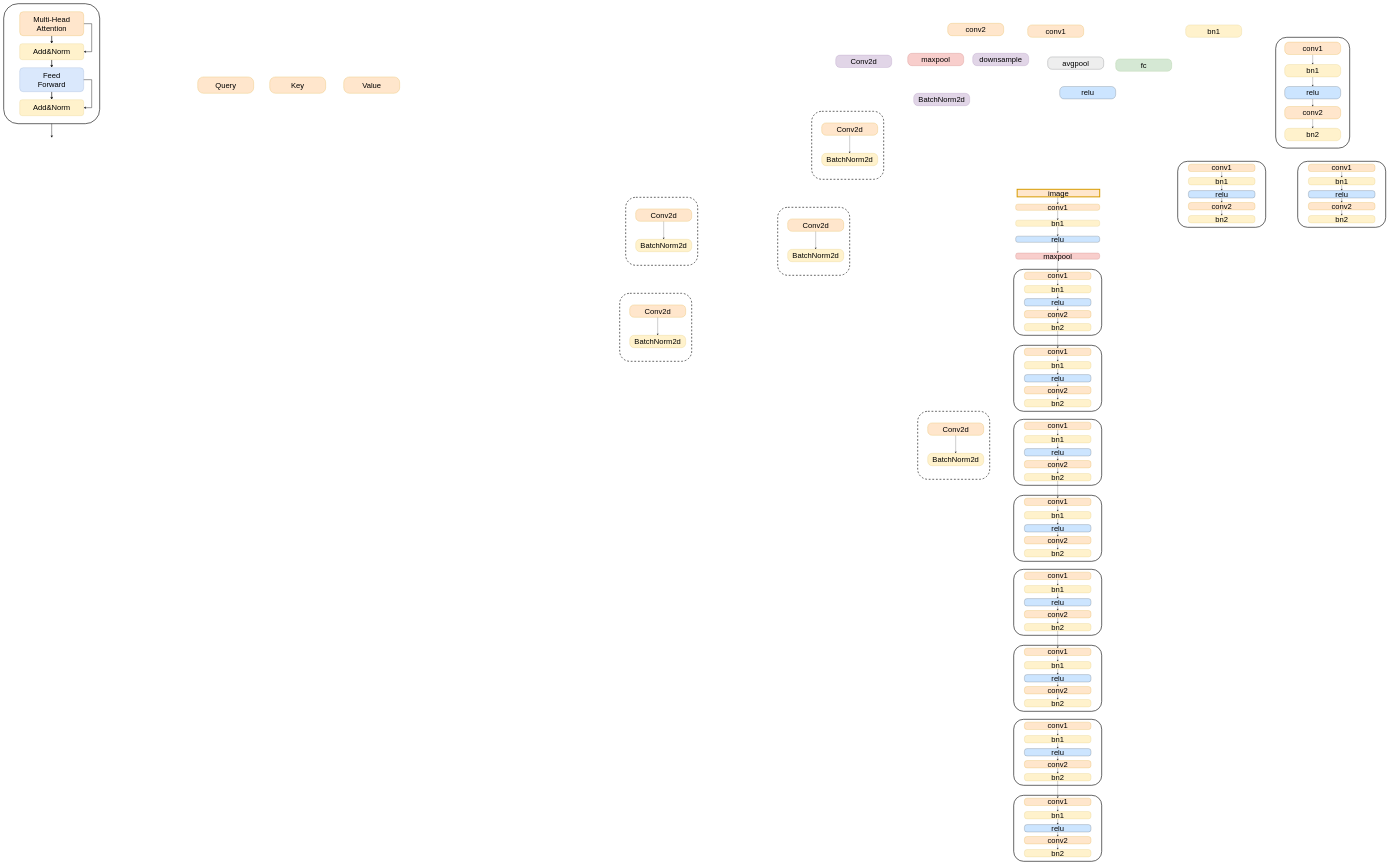
This is plot.drawio from paprika0741/Plot, a draw.io file, before an edit. Source tidied: cells renumbered, new cells numbered last; positions are measured from the earlier drawing's top-left corner, leaving out a move shared by most shapes. Both pictures are drawn from the tidied source at 20%, with x=0, y=0 at pixel (4, 4).
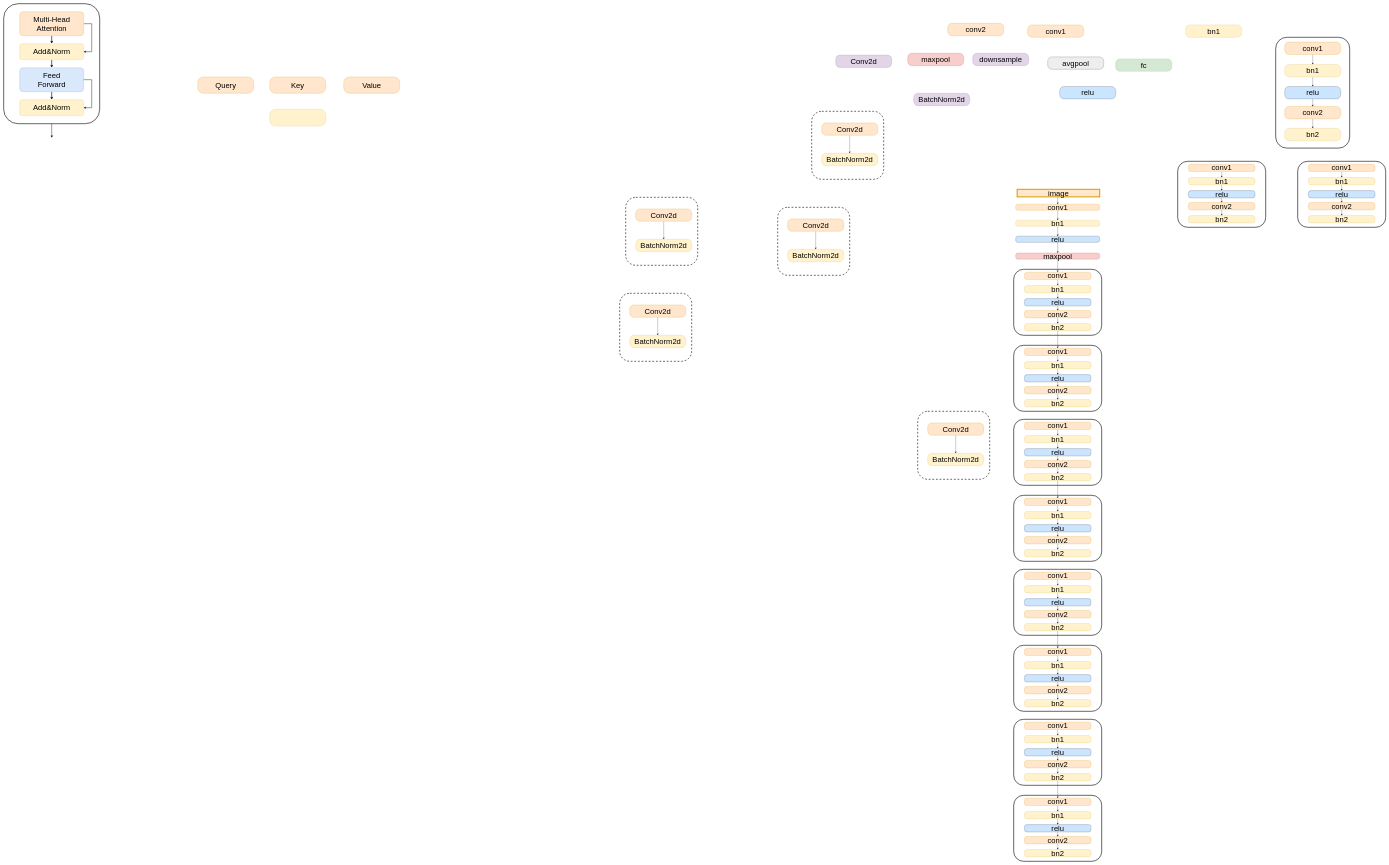
Above is the later version.

Change to the diagram source:
```diff
@@
+    <mxCell id="187" value="&lt;span style=&quot;font-size: 38px;&quot;&gt;&amp;nbsp;&lt;/span&gt;" style="rounded=1;whiteSpace=wrap;html=1;fillColor=#fff2cc;strokeColor=#d6b656;arcSize=35;rotation=0;" parent="1" vertex="1">
+      <mxGeometry x="1330" y="528" width="280" height="84" as="geometry" />
+    </mxCell>
```
